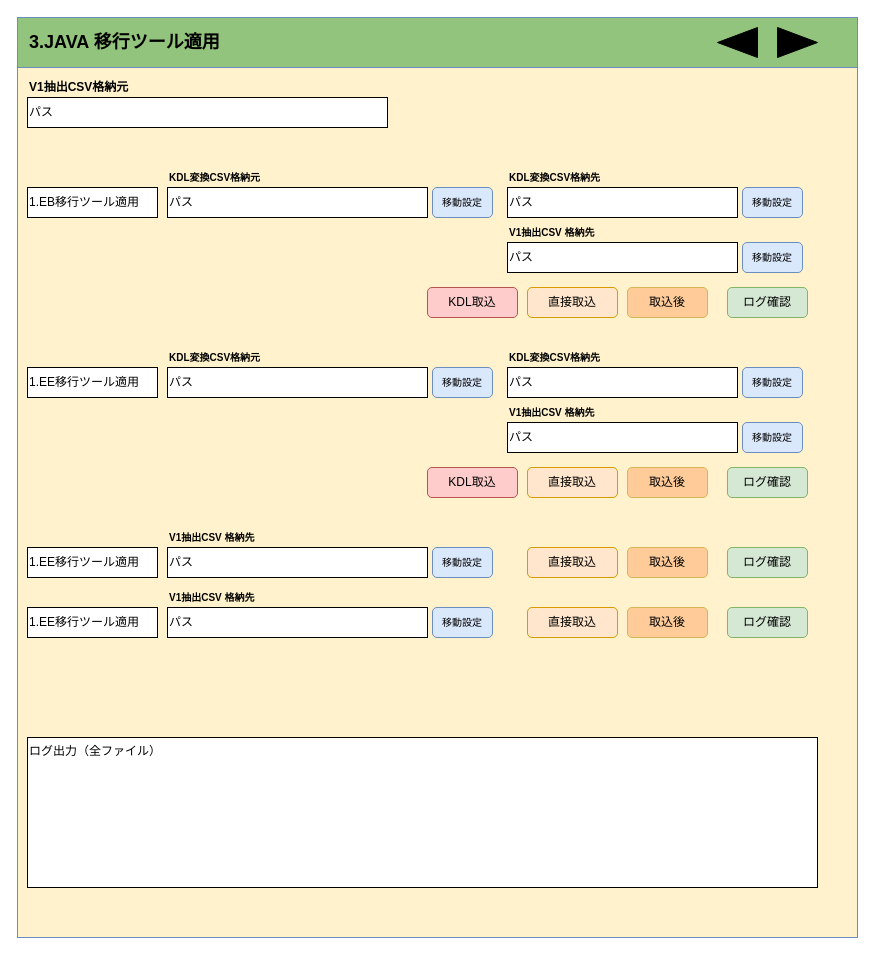
takakou32/iko_gui keeps this draw.io diagram as doc/images/4.SQLLOADER 実行.drawio. Above is the earlier version. Source tidied: cells renumbered, new cells numbered last; positions are measured from the earlier drawing's top-left corner, leaving out a move shared by most shapes. Both pictures are drawn from the tidied source at 100%, with x=0, y=0 at pixel (17, 17).
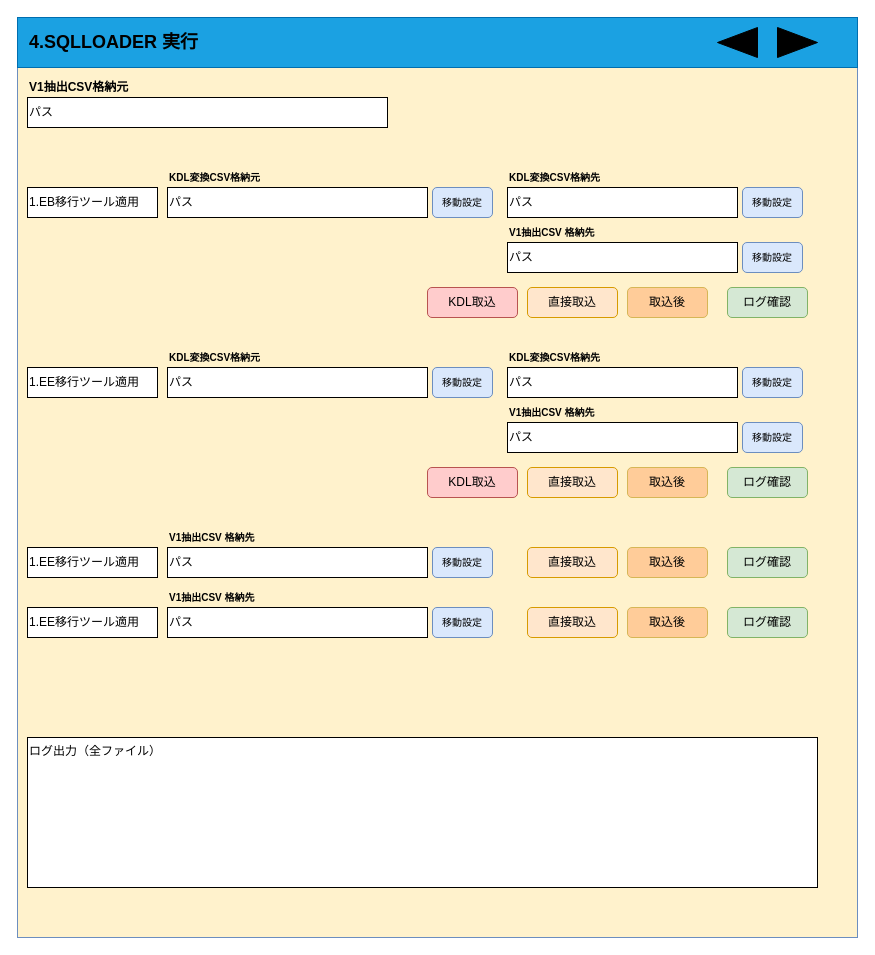
The same page after the edit.

What changed in the source:
```diff
@@
-    <mxCell id="3" style="rounded=0;whiteSpace=wrap;html=1;fillColor=#93C47D;strokeColor=#6c8ebf;" parent="1" vertex="1">
+    <mxCell id="3" style="rounded=0;whiteSpace=wrap;html=1;fillColor=#1ba1e2;strokeColor=#006EAF;fontColor=#ffffff;" parent="1" vertex="1">
       <mxGeometry width="840" height="50" as="geometry" />
     </mxCell>
-    <mxCell id="4" value="&lt;b&gt;&lt;font style=&quot;font-size: 18px;&quot;&gt;3.JAVA 移行ツール適用&lt;/font&gt;&lt;/b&gt;" style="text;html=1;strokeColor=none;fillColor=none;align=left;verticalAlign=middle;whiteSpace=wrap;rounded=0;" parent="1" vertex="1">
+    <mxCell id="4" value="&lt;b&gt;&lt;font style=&quot;font-size: 18px;&quot;&gt;4.SQLLOADER 実行&lt;/font&gt;&lt;/b&gt;" style="text;html=1;strokeColor=none;fillColor=none;align=left;verticalAlign=middle;whiteSpace=wrap;rounded=0;" parent="1" vertex="1">
       <mxGeometry x="10" y="10" width="230" height="30" as="geometry" />
     </mxCell>
```
